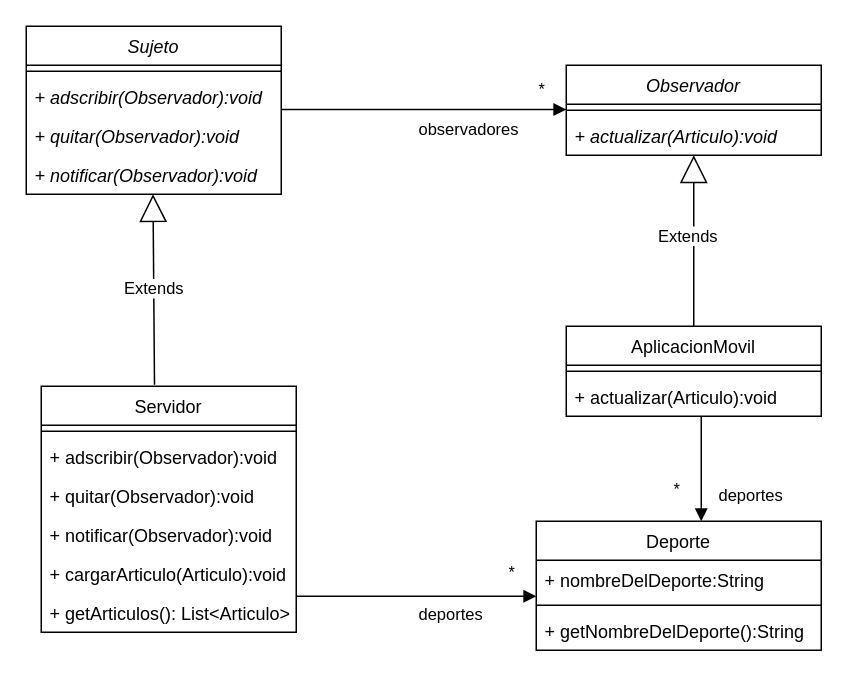
nhubczyk/Diagramas-UML keeps this draw.io diagram as unq-po2-Observer-EncuentrosDeportivos.drawio. Above is the earlier version. Source tidied: cells renumbered, new cells numbered last; positions are measured from the earlier drawing's top-left corner, leaving out a move shared by most shapes. Both pictures are drawn from the tidied source at 150%, with x=0, y=0 at pixel (26, 26).
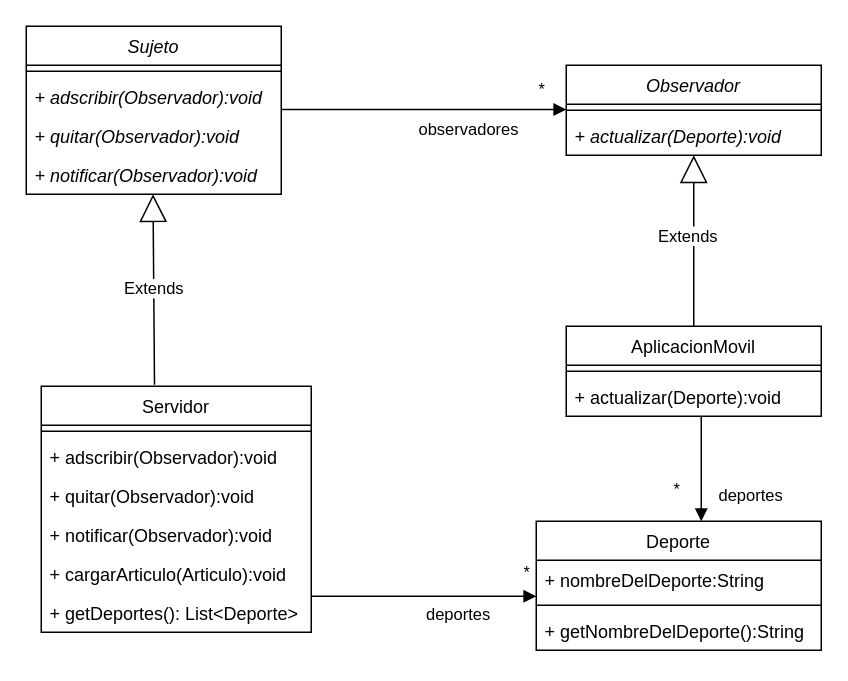
The same page after the edit.

The change refers to these unchanged cells:
```xml
<mxCell id="14" value="Observador" style="swimlane;fontStyle=2;align=center;verticalAlign=top;horizontal=1;startSize=26;" parent="1" vertex="1">
  <mxGeometry x="360" y="26" width="170" height="60" as="geometry" />
</mxCell>
<mxCell id="19" value="AplicacionMovil" style="swimlane;fontStyle=0;align=center;verticalAlign=top;horizontal=1;startSize=26;" parent="1" vertex="1">
  <mxGeometry x="360" y="200" width="170" height="60" as="geometry" />
</mxCell>
```

Diff of the diagram source:
```diff
@@
     <mxCell id="7" value="Servidor" style="swimlane;fontStyle=0;align=center;verticalAlign=top;horizontal=1;startSize=26;" parent="1" vertex="1">
-      <mxGeometry x="10" y="240" width="170" height="164" as="geometry" />
+      <mxGeometry x="10" y="240" width="180" height="164" as="geometry" />
     </mxCell>
     <mxCell id="8" style="line;strokeWidth=1;fillColor=none;align=left;verticalAlign=middle;spacingTop=-1;spacingLeft=3;spacingRight=3;labelPosition=right;strokeColor=inherit;" parent="7" vertex="1">
-      <mxGeometry y="26" width="170" height="8" as="geometry" />
+      <mxGeometry y="26" width="180" height="8" as="geometry" />
     </mxCell>
     <mxCell id="9" value="+ adscribir(Observador):void" style="text;strokeColor=none;fillColor=none;align=left;verticalAlign=top;spacingLeft=4;spacingRight=4;overflow=hidden;" parent="7" vertex="1">
-      <mxGeometry y="34" width="170" height="26" as="geometry" />
+      <mxGeometry y="34" width="180" height="26" as="geometry" />
     </mxCell>
     <mxCell id="10" value="+ quitar(Observador):void" style="text;strokeColor=none;fillColor=none;align=left;verticalAlign=top;spacingLeft=4;spacingRight=4;overflow=hidden;" parent="7" vertex="1">
-      <mxGeometry y="60" width="170" height="26" as="geometry" />
+      <mxGeometry y="60" width="180" height="26" as="geometry" />
     </mxCell>
     <mxCell id="11" value="+ notificar(Observador):void" style="text;strokeColor=none;fillColor=none;align=left;verticalAlign=top;spacingLeft=4;spacingRight=4;overflow=hidden;" parent="7" vertex="1">
-      <mxGeometry y="86" width="170" height="26" as="geometry" />
+      <mxGeometry y="86" width="180" height="26" as="geometry" />
     </mxCell>
     <mxCell id="12" value="+ cargarArticulo(Articulo):void" style="text;strokeColor=none;fillColor=none;align=left;verticalAlign=top;spacingLeft=4;spacingRight=4;overflow=hidden;" parent="7" vertex="1">
-      <mxGeometry y="112" width="170" height="26" as="geometry" />
+      <mxGeometry y="112" width="180" height="26" as="geometry" />
     </mxCell>
-    <mxCell id="13" value="+ getArticulos(): List&lt;Articulo&gt;" style="text;strokeColor=none;fillColor=none;align=left;verticalAlign=top;spacingLeft=4;spacingRight=4;overflow=hidden;" parent="7" vertex="1">
-      <mxGeometry y="138" width="170" height="26" as="geometry" />
+    <mxCell id="13" value="+ getDeportes(): List&lt;Deporte&gt;" style="text;strokeColor=none;fillColor=none;align=left;verticalAlign=top;spacingLeft=4;spacingRight=4;overflow=hidden;" parent="7" vertex="1">
+      <mxGeometry y="138" width="180" height="26" as="geometry" />
     </mxCell>
@@
-    <mxCell id="16" value="+ actualizar(Articulo):void" style="text;strokeColor=none;fillColor=none;align=left;verticalAlign=top;spacingLeft=4;spacingRight=4;overflow=hidden;points=[[0,0.5],[1,0.5]];portConstraint=eastwest;fontStyle=2;" parent="14" vertex="1">
+    <mxCell id="16" value="+ actualizar(Deporte):void" style="text;strokeColor=none;fillColor=none;align=left;verticalAlign=top;spacingLeft=4;spacingRight=4;overflow=hidden;points=[[0,0.5],[1,0.5]];portConstraint=eastwest;fontStyle=2;" parent="14" vertex="1">
       <mxGeometry y="34" width="170" height="26" as="geometry" />
     </mxCell>
@@
-    <mxCell id="21" value="+ actualizar(Articulo):void" style="text;strokeColor=none;fillColor=none;align=left;verticalAlign=top;spacingLeft=4;spacingRight=4;overflow=hidden;" parent="19" vertex="1">
+    <mxCell id="21" value="+ actualizar(Deporte):void" style="text;strokeColor=none;fillColor=none;align=left;verticalAlign=top;spacingLeft=4;spacingRight=4;overflow=hidden;" parent="19" vertex="1">
       <mxGeometry y="34" width="170" height="26" as="geometry" />
     </mxCell>
@@
     <mxCell id="28" value="deportes" style="endArrow=block;endFill=1;html=1;edgeStyle=orthogonalEdgeStyle;align=left;verticalAlign=top;rounded=0;" parent="1" edge="1">
       <mxGeometry y="2" relative="1" as="geometry">
-        <mxPoint x="180" y="380" as="sourcePoint" />
+        <mxPoint x="190" y="380" as="sourcePoint" />
         <mxPoint x="340" y="380" as="targetPoint" />
         <mxPoint y="1" as="offset" />
       </mxGeometry>
     </mxCell>
```
